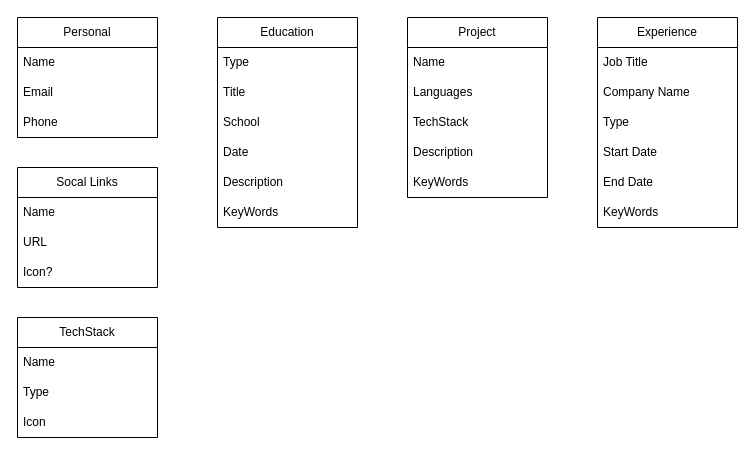
Danny-Erikson/Resume-Builder keeps this draw.io diagram as schema.drawio. Above is the earlier version. Source tidied: cells renumbered, new cells numbered last; positions are measured from the earlier drawing's top-left corner, leaving out a move shared by most shapes. Both pictures are drawn from the tidied source at 100%, with x=0, y=0 at pixel (17, 17).
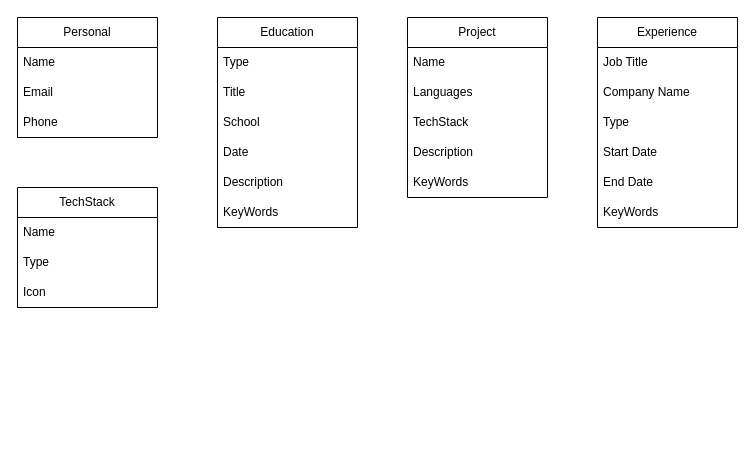
After the change.

What changed in the source:
```diff
@@
-    <mxCell id="12" value="Socal Links" style="swimlane;fontStyle=0;horizontal=1;startSize=30;whiteSpace=wrap;html=1;" parent="1" vertex="1">
-      <mxGeometry y="150" width="140" height="120" as="geometry" />
-    </mxCell>
-    <mxCell id="13" value="Name" style="text;strokeColor=none;fillColor=none;align=left;verticalAlign=middle;spacingLeft=4;spacingRight=4;overflow=hidden;whiteSpace=wrap;html=1;" parent="12" vertex="1">
-      <mxGeometry y="30" width="140" height="30" as="geometry" />
-    </mxCell>
-    <mxCell id="14" value="URL" style="text;strokeColor=none;fillColor=none;align=left;verticalAlign=middle;spacingLeft=4;spacingRight=4;overflow=hidden;whiteSpace=wrap;html=1;" parent="12" vertex="1">
-      <mxGeometry y="60" width="140" height="30" as="geometry" />
-    </mxCell>
-    <mxCell id="15" value="Icon?" style="text;strokeColor=none;fillColor=none;align=left;verticalAlign=middle;spacingLeft=4;spacingRight=4;overflow=hidden;whiteSpace=wrap;html=1;" parent="12" vertex="1">
-      <mxGeometry y="90" width="140" height="30" as="geometry" />
-    </mxCell>
@@
     <mxCell id="23" value="TechStack" style="swimlane;fontStyle=0;horizontal=1;startSize=30;whiteSpace=wrap;html=1;" parent="1" vertex="1">
-      <mxGeometry y="300" width="140" height="120" as="geometry" />
+      <mxGeometry y="170" width="140" height="120" as="geometry" />
     </mxCell>
```
